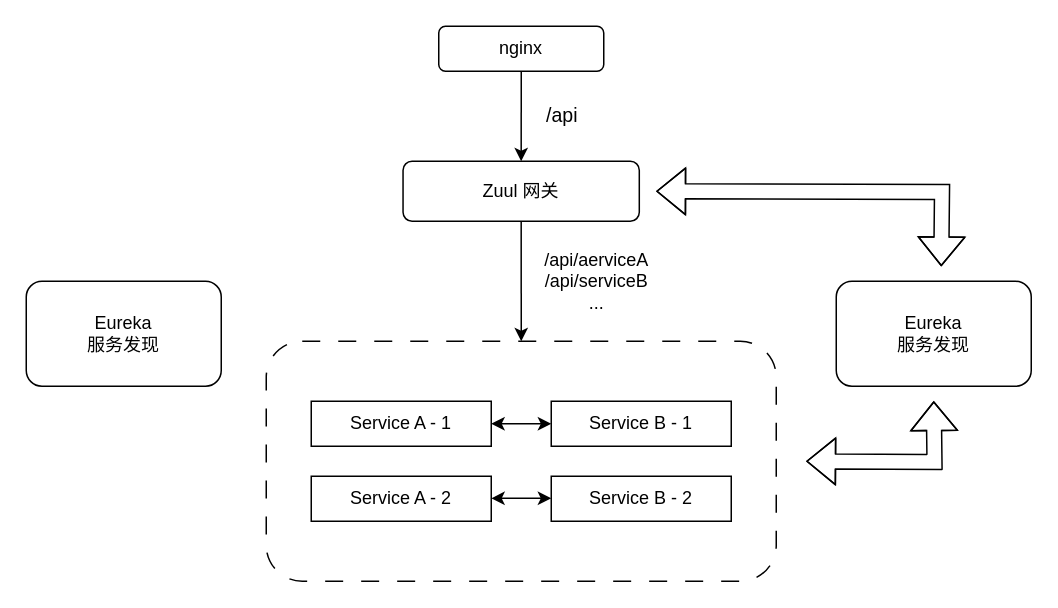
Above: SpringCloud简单架构图.drawio in alikon-art/Map (draw.io), before the change. Source tidied: cells renumbered, new cells numbered last; positions are measured from the earlier drawing's top-left corner, leaving out a move shared by most shapes. Both pictures are drawn from the tidied source at 150%, with x=0, y=0 at pixel (26, 26).
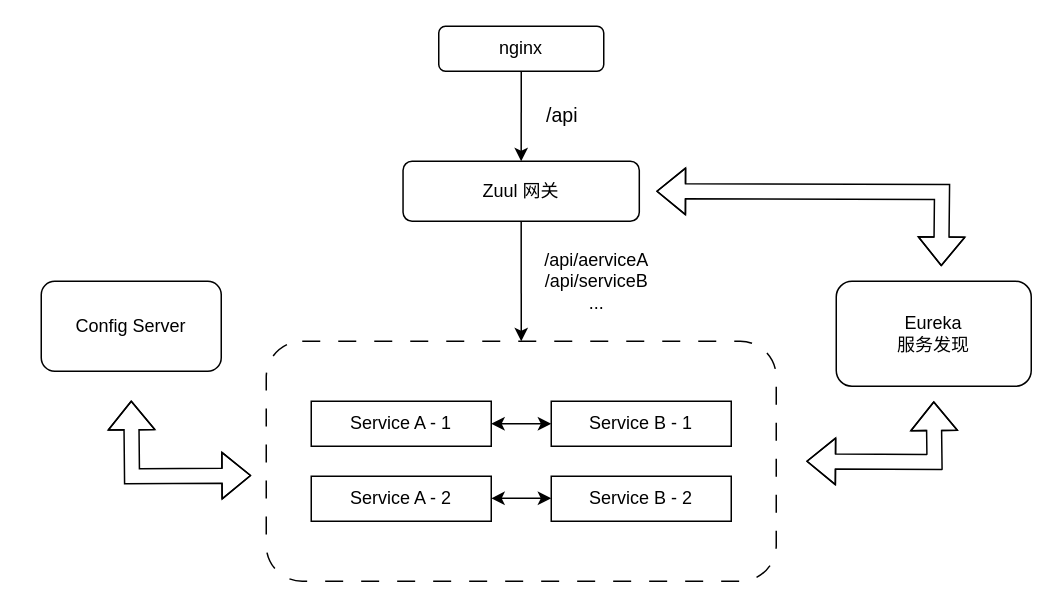
The same page after the edit.

Commit message:
更新SpringCloud简单架构图.drawio

What changed in the source:
```diff
@@
-    <mxCell id="18" value="Eureka&lt;br&gt;服务发现" style="rounded=1;whiteSpace=wrap;html=1;" parent="1" vertex="1">
-      <mxGeometry y="170" width="130" height="70" as="geometry" />
+    <mxCell id="18" value="Config Server" style="rounded=1;whiteSpace=wrap;html=1;" parent="1" vertex="1">
+      <mxGeometry x="10" y="170" width="120" height="60" as="geometry" />
     </mxCell>
+    <mxCell id="19" style="endArrow=classic;startArrow=classic;html=1;rounded=0;shape=flexArrow;edgeStyle=orthogonalEdgeStyle;" parent="1" edge="1">
+      <mxGeometry relative="1" as="geometry">
+        <mxPoint x="150" y="299.5" as="sourcePoint" />
+        <mxPoint x="70" y="249.5" as="targetPoint" />
+      </mxGeometry>
+    </mxCell>
```
